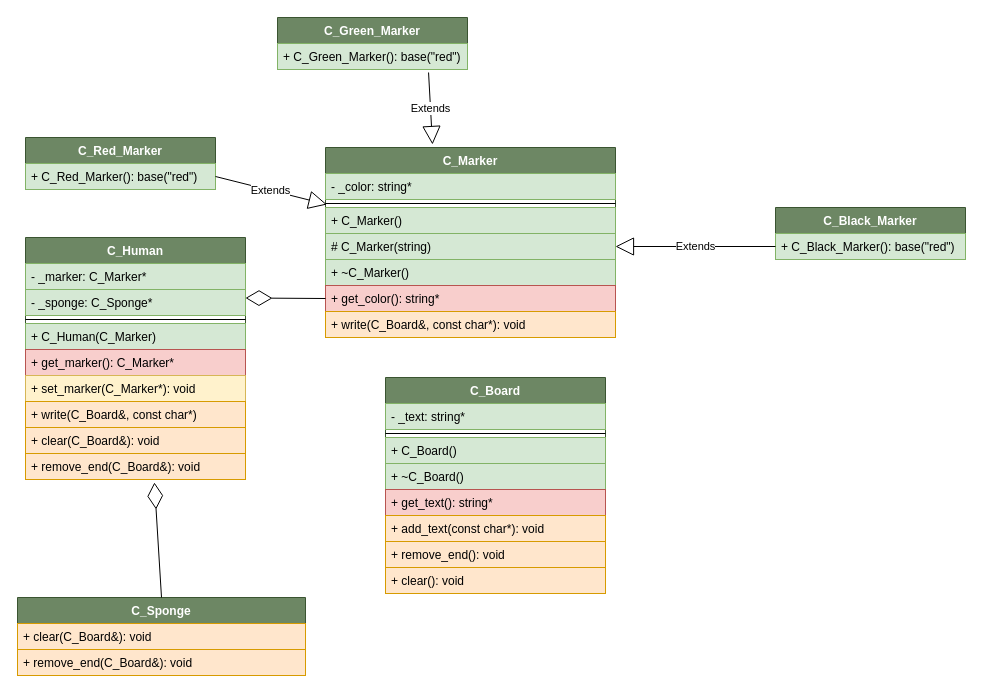
The draw.io diagram Marker_Classes.drawio in IgorIgnatiev/Drawio, before the edit. Source tidied: cells renumbered, new cells numbered last; positions are measured from the earlier drawing's top-left corner, leaving out a move shared by most shapes. Both pictures are drawn from the tidied source at 100%, with x=0, y=0 at pixel (17, 17).
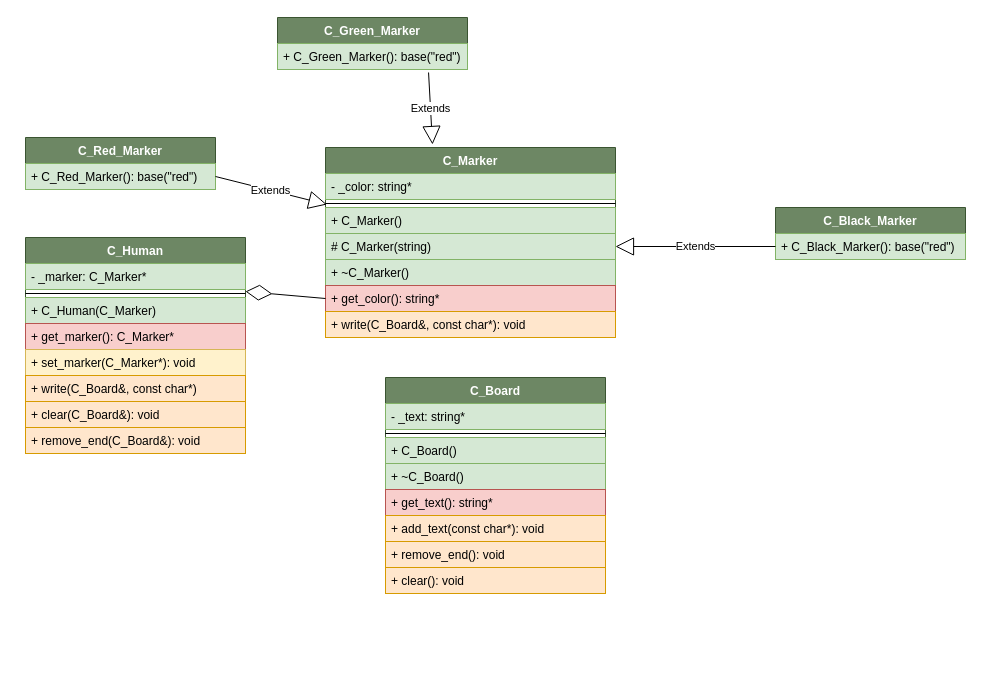
The same diagram, later.

What changed in the source:
```diff
@@
-    <mxCell id="28" value="C_Sponge" style="swimlane;fontStyle=1;align=center;verticalAlign=top;horizontal=1;startSize=26;fillColor=#6d8764;strokeColor=#3A5431;fontColor=#ffffff;" parent="1" vertex="1">
-      <mxGeometry y="580" width="288" height="78" as="geometry" />
-    </mxCell>
-    <mxCell id="29" value="+ clear(C_Board&amp;): void" style="text;strokeColor=#d79b00;fillColor=#ffe6cc;align=left;verticalAlign=top;spacingLeft=4;spacingRight=4;overflow=hidden;" parent="28" vertex="1">
-      <mxGeometry y="26" width="288" height="26" as="geometry" />
-    </mxCell>
-    <mxCell id="30" value="+ remove_end(C_Board&amp;): void" style="text;strokeColor=#d79b00;fillColor=#ffe6cc;align=left;verticalAlign=top;spacingLeft=4;spacingRight=4;overflow=hidden;" parent="28" vertex="1">
-      <mxGeometry y="52" width="288" height="26" as="geometry" />
-    </mxCell>
     <mxCell id="31" value="C_Human" style="swimlane;fontStyle=1;align=center;verticalAlign=top;horizontal=1;startSize=26;fillColor=#6d8764;strokeColor=#3A5431;fontColor=#ffffff;" parent="1" vertex="1">
-      <mxGeometry x="8" y="220" width="220" height="242" as="geometry" />
+      <mxGeometry x="8" y="220" width="220" height="216" as="geometry" />
     </mxCell>
@@
-    <mxCell id="33" value="- _sponge: C_Sponge*" style="text;strokeColor=#82b366;fillColor=#d5e8d4;align=left;verticalAlign=top;spacingLeft=4;spacingRight=4;overflow=hidden;" parent="31" vertex="1">
-      <mxGeometry y="52" width="220" height="26" as="geometry" />
-    </mxCell>
     <mxCell id="34" style="line;strokeWidth=1;fillColor=none;align=left;verticalAlign=middle;spacingTop=-1;spacingLeft=3;spacingRight=3;labelPosition=right;" parent="31" vertex="1">
-      <mxGeometry y="78" width="220" height="8" as="geometry" />
+      <mxGeometry y="52" width="220" height="8" as="geometry" />
     </mxCell>
     <mxCell id="35" value="+ C_Human(C_Marker)" style="text;strokeColor=#82b366;fillColor=#d5e8d4;align=left;verticalAlign=top;spacingLeft=4;spacingRight=4;overflow=hidden;" parent="31" vertex="1">
-      <mxGeometry y="86" width="220" height="26" as="geometry" />
+      <mxGeometry y="60" width="220" height="26" as="geometry" />
     </mxCell>
     <mxCell id="36" value="+ get_marker(): C_Marker*" style="text;strokeColor=#b85450;fillColor=#f8cecc;align=left;verticalAlign=top;spacingLeft=4;spacingRight=4;overflow=hidden;" parent="31" vertex="1">
-      <mxGeometry y="112" width="220" height="26" as="geometry" />
+      <mxGeometry y="86" width="220" height="26" as="geometry" />
     </mxCell>
     <mxCell id="37" value="+ set_marker(C_Marker*): void" style="text;strokeColor=#d6b656;fillColor=#fff2cc;align=left;verticalAlign=top;spacingLeft=4;spacingRight=4;overflow=hidden;" parent="31" vertex="1">
-      <mxGeometry y="138" width="220" height="26" as="geometry" />
+      <mxGeometry y="112" width="220" height="26" as="geometry" />
     </mxCell>
     <mxCell id="38" value="+ write(C_Board&amp;, const char*)" style="text;strokeColor=#d79b00;fillColor=#ffe6cc;align=left;verticalAlign=top;spacingLeft=4;spacingRight=4;overflow=hidden;" parent="31" vertex="1">
-      <mxGeometry y="164" width="220" height="26" as="geometry" />
+      <mxGeometry y="138" width="220" height="26" as="geometry" />
     </mxCell>
     <mxCell id="39" value="+ clear(C_Board&amp;): void" style="text;strokeColor=#d79b00;fillColor=#ffe6cc;align=left;verticalAlign=top;spacingLeft=4;spacingRight=4;overflow=hidden;" parent="31" vertex="1">
-      <mxGeometry y="190" width="220" height="26" as="geometry" />
+      <mxGeometry y="164" width="220" height="26" as="geometry" />
     </mxCell>
     <mxCell id="40" value="+ remove_end(C_Board&amp;): void" style="text;strokeColor=#d79b00;fillColor=#ffe6cc;align=left;verticalAlign=top;spacingLeft=4;spacingRight=4;overflow=hidden;points=[[0,0.5],[1,0.5]];portConstraint=eastwest;" parent="31" vertex="1">
-      <mxGeometry y="216" width="220" height="26" as="geometry" />
+      <mxGeometry y="190" width="220" height="26" as="geometry" />
     </mxCell>
@@
-    <mxCell id="42" style="endArrow=diamondThin;endFill=0;endSize=24;html=1;exitX=0.5;exitY=0;exitDx=0;exitDy=0;entryX=0.586;entryY=1.115;entryDx=0;entryDy=0;entryPerimeter=0;" parent="1" edge="1" source="28" target="40">
-      <mxGeometry relative="1" as="geometry" />
-    </mxCell>
```
